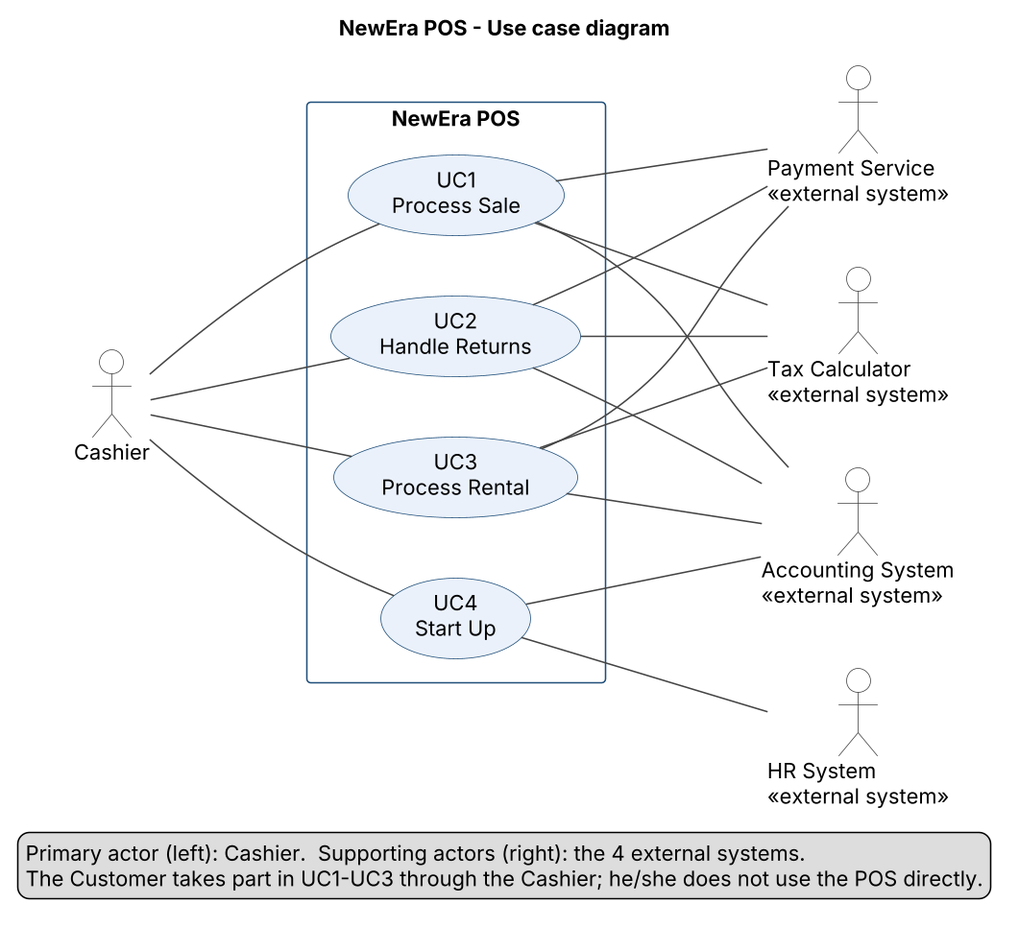
Earlier version of the PlantUML export assets/use_case_diagram.png (bhsei/26D). The source it was exported from:
```plantuml
@startuml

left to right direction
skinparam shadowing false
skinparam dpi 150
skinparam packageStyle rectangle
skinparam defaultFontName Arial
skinparam ArrowColor #444444
skinparam ActorBorderColor #444444
skinparam ActorBackgroundColor #FFFFFF
skinparam UsecaseBorderColor #1F4E79
skinparam UsecaseBackgroundColor #EAF1FB
skinparam RectangleBorderColor #1F4E79
skinparam RectangleBackgroundColor #FFFFFF
skinparam nodesep 40
skinparam ranksep 120

title NewEra POS - Use case diagram

actor "Cashier" as Cashier

rectangle "NewEra POS" {
  usecase "UC1\nProcess Sale" as UC1
  usecase "UC2\nHandle Returns" as UC2
  usecase "UC4\nStart Up" as UC4
  usecase "UC3\nProcess Rental" as UC3
}

actor "Payment Service\n<<external system>>" as Payment
actor "Tax Calculator\n<<external system>>" as Tax
actor "Accounting System\n<<external system>>" as Accounting
actor "HR System\n<<external system>>" as HR

Cashier -- UC1
Cashier -- UC2
Cashier -- UC4
Cashier -- UC3

UC1 -- Payment
UC2 -- Payment
UC3 -- Payment

UC1 -- Tax
UC2 -- Tax
UC3 -- Tax

UC1 -- Accounting
UC2 -- Accounting
UC3 -- Accounting
UC4 -- Accounting

UC4 -- HR

legend bottom
  Primary actor (left): Cashier.  Supporting actors (right): the 4 external systems.
  The Customer takes part in UC1-UC3 through the Cashier; he/she does not use the POS directly.
endlegend
@enduml
```
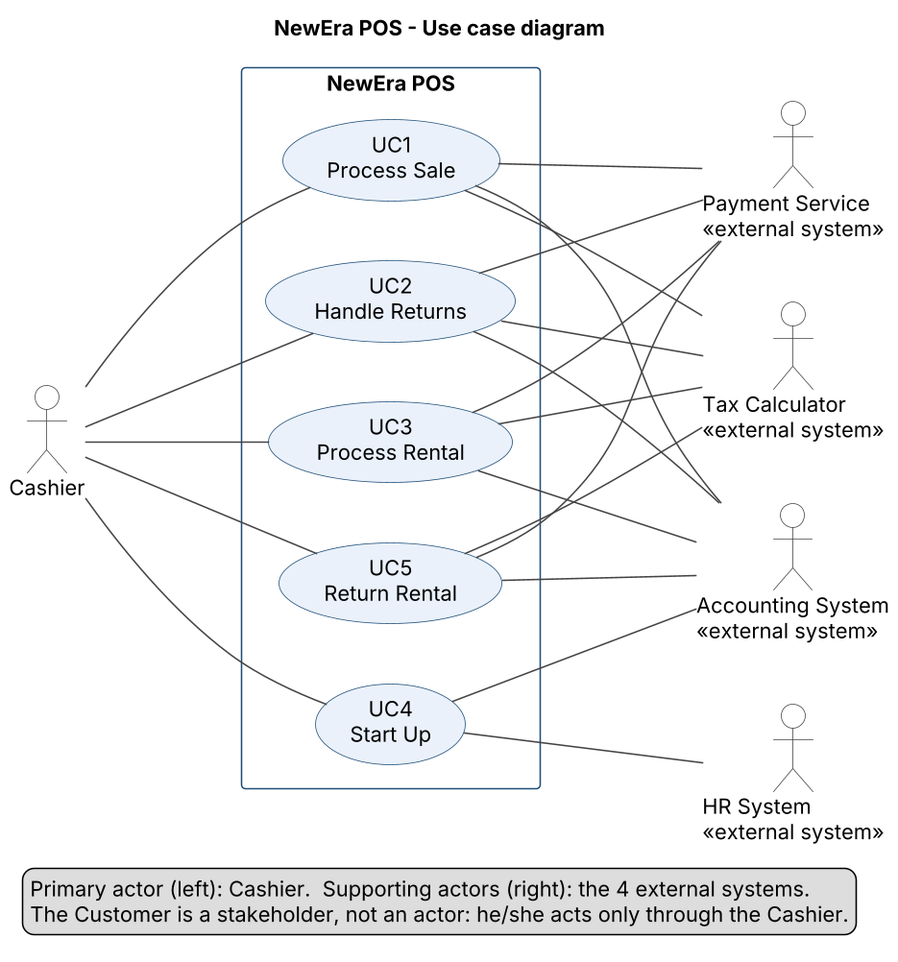
Above is the later version.

Commit message:
W6 - Fix use case model review #16; add UC5 Return Rental to diagram, record W06 team decisions on actors, tenders and UC5

Change to the diagram source:
```diff
@@ -22,8 +22,9 @@
 rectangle "NewEra POS" {
   usecase "UC1\nProcess Sale" as UC1
   usecase "UC2\nHandle Returns" as UC2
+  usecase "UC3\nProcess Rental" as UC3
+  usecase "UC5\nReturn Rental" as UC5
   usecase "UC4\nStart Up" as UC4
-  usecase "UC3\nProcess Rental" as UC3
 }
 
 actor "Payment Service\n<<external system>>" as Payment
@@ -33,26 +34,30 @@
 
 Cashier -- UC1
 Cashier -- UC2
+Cashier -- UC3
+Cashier -- UC5
 Cashier -- UC4
-Cashier -- UC3
 
 UC1 -- Payment
 UC2 -- Payment
 UC3 -- Payment
+UC5 -- Payment
 
 UC1 -- Tax
 UC2 -- Tax
 UC3 -- Tax
+UC5 -- Tax
 
 UC1 -- Accounting
 UC2 -- Accounting
 UC3 -- Accounting
+UC5 -- Accounting
 UC4 -- Accounting
 
 UC4 -- HR
 
 legend bottom
   Primary actor (left): Cashier.  Supporting actors (right): the 4 external systems.
-  The Customer takes part in UC1-UC3 through the Cashier; he/she does not use the POS directly.
+  The Customer is a stakeholder, not an actor: he/she acts only through the Cashier.
 endlegend
 @enduml
```
